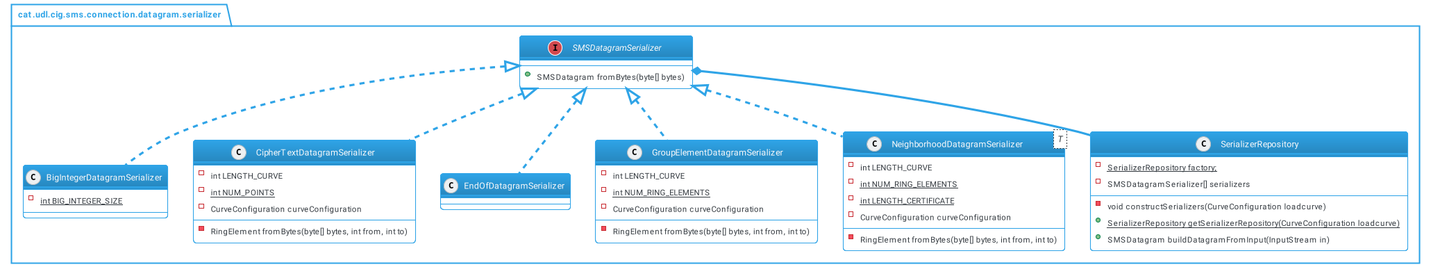
This is classes/dtoser.png from Oriolac/tfg, a PlantUML export, as it was before one commit. Its diagram source:
```plantuml
@startuml dtoser.puml
!include themes/puml-theme-cerulean-outline.puml
skinparam backgroundColor #FFFFFF
namespace cat.udl.cig.sms.connection.datagram.serializer{

interface SMSDatagramSerializer {
    + SMSDatagram fromBytes(byte[] bytes)
}
class BigIntegerDatagramSerializer {
    - {static} int BIG_INTEGER_SIZE
}
class CipherTextDatagramSerializer {
    - int LENGTH_CURVE
    - {static} int NUM_POINTS
    - CurveConfiguration curveConfiguration
    - RingElement fromBytes(byte[] bytes, int from, int to)
}
class EndOfDatagramSerializer {

}
class GroupElementDatagramSerializer {
    - int LENGTH_CURVE
    - {static} int NUM_RING_ELEMENTS
    - CurveConfiguration curveConfiguration
    - RingElement fromBytes(byte[] bytes, int from, int to)
}
class NeighborhoodDatagramSerializer<T> {
    - int LENGTH_CURVE
    - {static} int NUM_RING_ELEMENTS
    - {static} int LENGTH_CERTIFICATE
    - CurveConfiguration curveConfiguration
    - RingElement fromBytes(byte[] bytes, int from, int to)
}
class SerializerRepository {
    - {static} SerializerRepository factory;
    - SMSDatagramSerializer[] serializers
    - void constructSerializers(CurveConfiguration loadcurve)
    + {static} SerializerRepository getSerializerRepository(CurveConfiguration loadcurve)
    + SMSDatagram buildDatagramFromInput(InputStream in)
}

SMSDatagramSerializer <|.. BigIntegerDatagramSerializer
SMSDatagramSerializer <|.. CipherTextDatagramSerializer
SMSDatagramSerializer <|.. EndOfDatagramSerializer
SMSDatagramSerializer <|.. GroupElementDatagramSerializer
SMSDatagramSerializer <|.. NeighborhoodDatagramSerializer
SMSDatagramSerializer *-- SerializerRepository
}
@enduml
```
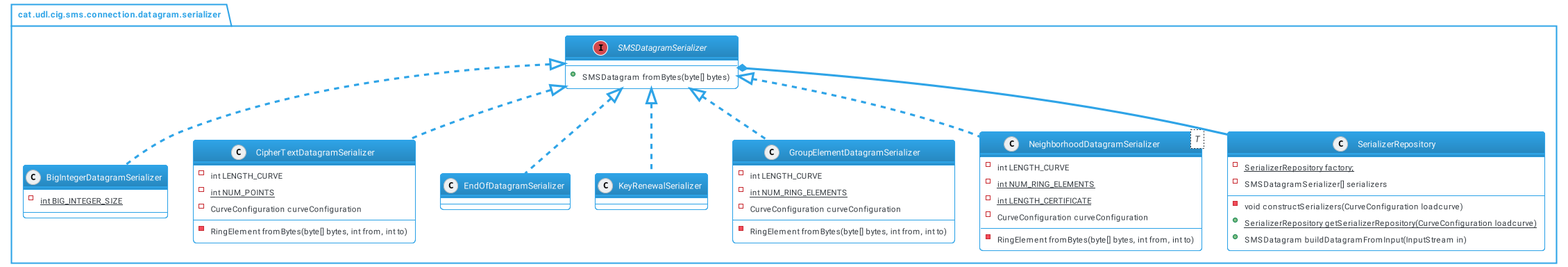
Above is the later version.

The edit, as a diff of the source:
```diff
@@ -16,6 +16,9 @@
     - RingElement fromBytes(byte[] bytes, int from, int to)
 }
 class EndOfDatagramSerializer {
+
+}
+class KeyRenewalSerializer {
 
 }
 class GroupElementDatagramSerializer {
@@ -44,6 +47,7 @@
 SMSDatagramSerializer <|.. EndOfDatagramSerializer
 SMSDatagramSerializer <|.. GroupElementDatagramSerializer
 SMSDatagramSerializer <|.. NeighborhoodDatagramSerializer
+SMSDatagramSerializer <|.. KeyRenewalSerializer
 SMSDatagramSerializer *-- SerializerRepository
 }
 @enduml
```
